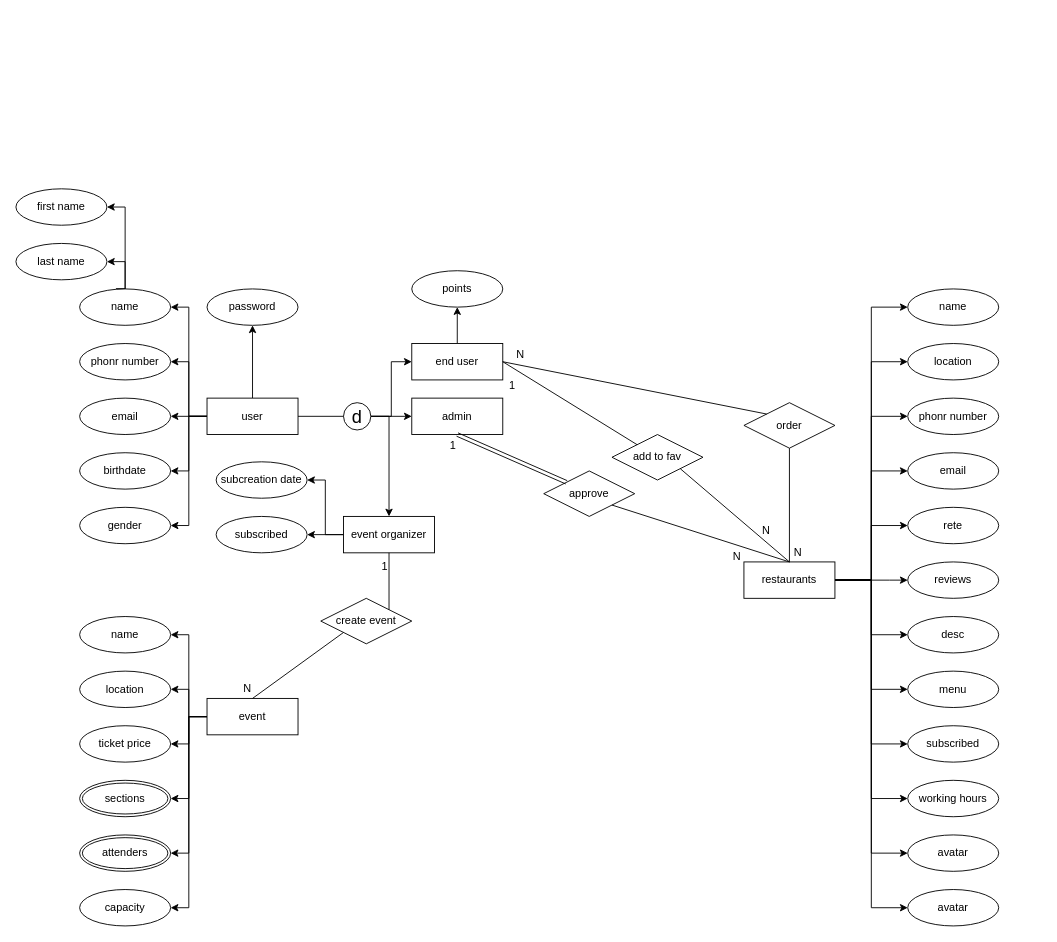
Above: page "EERD" (1 of 3) of docs/EcoSphere.drawio in marinaeleshaa/EcoSphere (draw.io), before the change. Source tidied: cells renumbered, new cells numbered last; positions are measured from the earlier drawing's top-left corner, leaving out a move shared by most shapes. Both pictures are drawn from the tidied source at 91%, with x=0, y=0 at pixel (15, 188).
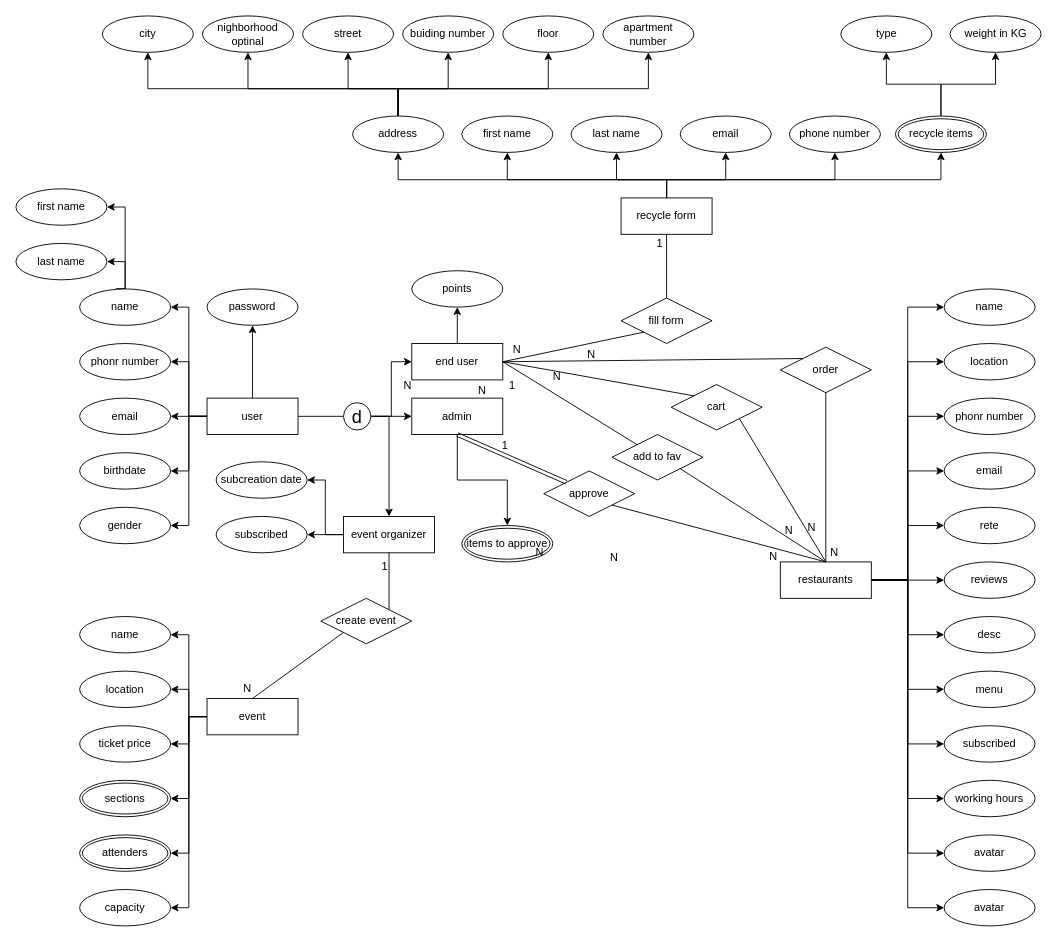
The same page after the edit.

Commit message (it also covers changes not shown here):
docs: add recycle form to out eerd and schema

Unchanged cells that the change refers to:
```xml
<mxCell id="44" value="end user" style="whiteSpace=wrap;html=1;align=center;" parent="1" vertex="1">
  <mxGeometry x="435" y="170" width="100" height="40" as="geometry" />
</mxCell>
<mxCell id="45" value="admin" style="whiteSpace=wrap;html=1;align=center;" parent="1" vertex="1">
  <mxGeometry x="435" y="230" width="100" height="40" as="geometry" />
</mxCell>
<mxCell id="77" style="shape=link;html=1;rounded=0;exitX=0;exitY=0;exitDx=0;exitDy=0;entryX=0.5;entryY=1;entryDx=0;entryDy=0;" parent="1" edge="1" source="72" target="45">
  <mxGeometry relative="1" as="geometry" />
</mxCell>
<mxCell id="82" style="endArrow=none;html=1;rounded=0;exitX=1;exitY=0.5;exitDx=0;exitDy=0;entryX=0;entryY=0;entryDx=0;entryDy=0;" parent="1" edge="1" source="44" target="79">
  <mxGeometry relative="1" as="geometry" />
</mxCell>
```

Diff of the diagram source:
```diff
@@
     <mxCell id="3" style="edgeStyle=orthogonalEdgeStyle;rounded=0;jettySize=auto;html=1;entryX=0;entryY=0.5;entryDx=0;entryDy=0;" parent="1" edge="1" source="15" target="16">
       <mxGeometry relative="1" as="geometry">
         <Array as="points">
-          <mxPoint x="940" y="430" />
-          <mxPoint x="940" y="130" />
+          <mxPoint x="980" y="430" />
+          <mxPoint x="980" y="130" />
+          <mxPoint x="1020" y="130" />
         </Array>
       </mxGeometry>
     </mxCell>
@@
     <mxCell id="5" style="edgeStyle=orthogonalEdgeStyle;rounded=0;jettySize=auto;html=1;entryX=0;entryY=0.5;entryDx=0;entryDy=0;" parent="1" edge="1" source="15" target="18">
       <mxGeometry relative="1" as="geometry">
         <Array as="points">
-          <mxPoint x="940" y="430" />
-          <mxPoint x="940" y="250" />
+          <mxPoint x="980" y="430" />
+          <mxPoint x="980" y="250" />
+          <mxPoint x="1020" y="250" />
         </Array>
       </mxGeometry>
     </mxCell>
     <mxCell id="6" style="edgeStyle=orthogonalEdgeStyle;rounded=0;jettySize=auto;html=1;entryX=0;entryY=0.5;entryDx=0;entryDy=0;" parent="1" edge="1" source="15" target="19">
       <mxGeometry relative="1" as="geometry">
         <Array as="points">
-          <mxPoint x="940" y="430" />
-          <mxPoint x="940" y="310" />
+          <mxPoint x="980" y="430" />
+          <mxPoint x="980" y="310" />
+          <mxPoint x="1020" y="310" />
         </Array>
       </mxGeometry>
     </mxCell>
     <mxCell id="7" style="edgeStyle=orthogonalEdgeStyle;rounded=0;jettySize=auto;html=1;entryX=0;entryY=0.5;entryDx=0;entryDy=0;exitX=1;exitY=0.5;exitDx=0;exitDy=0;" parent="1" edge="1" source="15" target="20">
       <mxGeometry relative="1" as="geometry">
         <Array as="points">
-          <mxPoint x="940" y="430" />
-          <mxPoint x="940" y="370" />
+          <mxPoint x="980" y="430" />
+          <mxPoint x="980" y="370" />
+          <mxPoint x="1020" y="370" />
         </Array>
       </mxGeometry>
     </mxCell>
@@
     <mxCell id="9" style="edgeStyle=orthogonalEdgeStyle;rounded=0;jettySize=auto;html=1;entryX=0;entryY=0.5;entryDx=0;entryDy=0;" parent="1" edge="1" source="15" target="22">
       <mxGeometry relative="1" as="geometry">
         <Array as="points">
-          <mxPoint x="940" y="430" />
-          <mxPoint x="940" y="490" />
+          <mxPoint x="980" y="430" />
+          <mxPoint x="980" y="490" />
+          <mxPoint x="1020" y="490" />
         </Array>
       </mxGeometry>
     </mxCell>
@@
     <mxCell id="15" value="restaurants" style="whiteSpace=wrap;html=1;align=center;" parent="1" vertex="1">
-      <mxGeometry x="800" y="410" width="100" height="40" as="geometry" />
+      <mxGeometry x="840" y="410" width="100" height="40" as="geometry" />
     </mxCell>
     <mxCell id="16" value="name" style="ellipse;whiteSpace=wrap;html=1;align=center;" parent="1" vertex="1">
-      <mxGeometry x="980" y="110" width="100" height="40" as="geometry" />
+      <mxGeometry x="1020" y="110" width="100" height="40" as="geometry" />
     </mxCell>
     <mxCell id="17" value="location" style="ellipse;whiteSpace=wrap;html=1;align=center;" parent="1" vertex="1">
-      <mxGeometry x="980" y="170" width="100" height="40" as="geometry" />
+      <mxGeometry x="1020" y="170" width="100" height="40" as="geometry" />
     </mxCell>
     <mxCell id="18" value="phonr number" style="ellipse;whiteSpace=wrap;html=1;align=center;" parent="1" vertex="1">
-      <mxGeometry x="980" y="230" width="100" height="40" as="geometry" />
+      <mxGeometry x="1020" y="230" width="100" height="40" as="geometry" />
     </mxCell>
     <mxCell id="19" value="email" style="ellipse;whiteSpace=wrap;html=1;align=center;" parent="1" vertex="1">
-      <mxGeometry x="980" y="290" width="100" height="40" as="geometry" />
+      <mxGeometry x="1020" y="290" width="100" height="40" as="geometry" />
     </mxCell>
     <mxCell id="20" value="rete" style="ellipse;whiteSpace=wrap;html=1;align=center;" parent="1" vertex="1">
-      <mxGeometry x="980" y="350" width="100" height="40" as="geometry" />
+      <mxGeometry x="1020" y="350" width="100" height="40" as="geometry" />
     </mxCell>
     <mxCell id="21" value="reviews" style="ellipse;whiteSpace=wrap;html=1;align=center;" parent="1" vertex="1">
-      <mxGeometry x="980" y="410" width="100" height="40" as="geometry" />
+      <mxGeometry x="1020" y="410" width="100" height="40" as="geometry" />
     </mxCell>
     <mxCell id="22" value="desc" style="ellipse;whiteSpace=wrap;html=1;align=center;" parent="1" vertex="1">
-      <mxGeometry x="980" y="470" width="100" height="40" as="geometry" />
+      <mxGeometry x="1020" y="470" width="100" height="40" as="geometry" />
     </mxCell>
     <mxCell id="23" value="menu" style="ellipse;whiteSpace=wrap;html=1;align=center;" parent="1" vertex="1">
-      <mxGeometry x="980" y="530" width="100" height="40" as="geometry" />
+      <mxGeometry x="1020" y="530" width="100" height="40" as="geometry" />
     </mxCell>
     <mxCell id="24" value="&lt;span class=&quot;RES9jf JMhlc&quot;&gt;subscribed&lt;/span&gt;" style="ellipse;whiteSpace=wrap;html=1;align=center;" parent="1" vertex="1">
-      <mxGeometry x="980" y="590" width="100" height="40" as="geometry" />
+      <mxGeometry x="1020" y="590" width="100" height="40" as="geometry" />
     </mxCell>
     <mxCell id="25" value="working hours" style="ellipse;whiteSpace=wrap;html=1;align=center;" parent="1" vertex="1">
-      <mxGeometry x="980" y="650" width="100" height="40" as="geometry" />
+      <mxGeometry x="1020" y="650" width="100" height="40" as="geometry" />
     </mxCell>
     <mxCell id="26" value="avatar" style="ellipse;whiteSpace=wrap;html=1;align=center;" parent="1" vertex="1">
-      <mxGeometry x="980" y="710" width="100" height="40" as="geometry" />
+      <mxGeometry x="1020" y="710" width="100" height="40" as="geometry" />
     </mxCell>
@@
+    <mxCell id="92" style="edgeStyle=orthogonalEdgeStyle;rounded=0;jettySize=auto;html=1;" parent="1" edge="1" source="45" target="127">
+      <mxGeometry relative="1" as="geometry" />
+    </mxCell>
@@
     <mxCell id="75" value="N" style="html=1;whiteSpace=wrap;align=right;verticalAlign=bottom;" parent="1" vertex="1">
-      <mxGeometry x="830" y="384" as="geometry" />
+      <mxGeometry x="855" y="384" as="geometry" />
     </mxCell>
     <mxCell id="76" value="N" style="html=1;whiteSpace=wrap;align=right;verticalAlign=bottom;" parent="1" vertex="1">
-      <mxGeometry x="794" y="404" as="geometry">
+      <mxGeometry x="834" y="404" as="geometry">
         <mxPoint x="4" y="8" as="offset" />
       </mxGeometry>
     </mxCell>
@@
     <mxCell id="78" value="1" style="html=1;whiteSpace=wrap;align=right;verticalAlign=bottom;" parent="77" vertex="1">
       <mxGeometry x="1" relative="1" as="geometry">
-        <mxPoint y="20" as="offset" />
+        <mxPoint x="57" y="20" as="offset" />
       </mxGeometry>
     </mxCell>
     <mxCell id="79" value="order" style="shape=rhombus;perimeter=rhombusPerimeter;whiteSpace=wrap;html=1;align=center;" parent="1" vertex="1">
-      <mxGeometry x="800" y="235" width="100" height="50" as="geometry" />
+      <mxGeometry x="840" y="174" width="100" height="50" as="geometry" />
     </mxCell>
@@
     <mxCell id="83" value="N" style="html=1;whiteSpace=wrap;align=right;verticalAlign=bottom;" parent="82" vertex="1">
       <mxGeometry x="1" relative="1" as="geometry">
-        <mxPoint x="-265" y="-58" as="offset" />
+        <mxPoint x="-227" y="3" as="offset" />
       </mxGeometry>
     </mxCell>
+    <mxCell id="93" value="N" style="html=1;whiteSpace=wrap;align=right;verticalAlign=bottom;" parent="82" vertex="1">
+      <mxGeometry x="1" relative="1" as="geometry">
+        <mxPoint x="-309" y="-2" as="offset" />
+      </mxGeometry>
+    </mxCell>
@@
     <mxCell id="91" value="avatar" style="ellipse;whiteSpace=wrap;html=1;align=center;" parent="1" vertex="1">
-      <mxGeometry x="980" y="770" width="100" height="40" as="geometry" />
+      <mxGeometry x="1020" y="770" width="100" height="40" as="geometry" />
     </mxCell>
+    <mxCell id="94" style="edgeStyle=orthogonalEdgeStyle;rounded=0;jettySize=auto;html=1;entryX=0.5;entryY=1;entryDx=0;entryDy=0;" parent="1" edge="1" source="100" target="120">
+      <mxGeometry relative="1" as="geometry">
+        <Array as="points">
+          <mxPoint x="715" y="-10" />
+          <mxPoint x="1017" y="-10" />
+        </Array>
+      </mxGeometry>
+    </mxCell>
+    <mxCell id="95" style="edgeStyle=orthogonalEdgeStyle;rounded=0;jettySize=auto;html=1;entryX=0.5;entryY=1;entryDx=0;entryDy=0;" parent="1" edge="1" source="100" target="104">
+      <mxGeometry relative="1" as="geometry">
+        <Array as="points">
+          <mxPoint x="715" y="-10" />
+          <mxPoint x="900" y="-10" />
+        </Array>
+      </mxGeometry>
+    </mxCell>
+    <mxCell id="96" style="edgeStyle=orthogonalEdgeStyle;rounded=0;jettySize=auto;html=1;entryX=0.5;entryY=1;entryDx=0;entryDy=0;" parent="1" edge="1" source="100" target="103">
+      <mxGeometry relative="1" as="geometry">
+        <Array as="points">
+          <mxPoint x="715" y="-10" />
+          <mxPoint x="780" y="-10" />
+        </Array>
+      </mxGeometry>
+    </mxCell>
+    <mxCell id="97" style="edgeStyle=orthogonalEdgeStyle;rounded=0;jettySize=auto;html=1;entryX=0.5;entryY=1;entryDx=0;entryDy=0;" parent="1" edge="1" source="100" target="102">
+      <mxGeometry relative="1" as="geometry">
+        <Array as="points">
+          <mxPoint x="715" y="-10" />
+          <mxPoint x="660" y="-10" />
+        </Array>
+      </mxGeometry>
+    </mxCell>
+    <mxCell id="98" style="edgeStyle=orthogonalEdgeStyle;rounded=0;jettySize=auto;html=1;entryX=0.5;entryY=1;entryDx=0;entryDy=0;" parent="1" edge="1" source="100" target="101">
+      <mxGeometry relative="1" as="geometry">
+        <Array as="points">
+          <mxPoint x="715" y="-10" />
+          <mxPoint x="540" y="-10" />
+        </Array>
+      </mxGeometry>
+    </mxCell>
+    <mxCell id="99" style="edgeStyle=orthogonalEdgeStyle;rounded=0;jettySize=auto;html=1;entryX=0.5;entryY=1;entryDx=0;entryDy=0;" parent="1" edge="1" source="100" target="111">
+      <mxGeometry relative="1" as="geometry">
+        <Array as="points">
+          <mxPoint x="715" y="-10" />
+          <mxPoint x="420" y="-10" />
+        </Array>
+      </mxGeometry>
+    </mxCell>
+    <mxCell id="100" value="recycle form" style="whiteSpace=wrap;html=1;align=center;" parent="1" vertex="1">
+      <mxGeometry x="665" y="10" width="100" height="40" as="geometry" />
+    </mxCell>
+    <mxCell id="101" value="first name" style="ellipse;whiteSpace=wrap;html=1;align=center;" parent="1" vertex="1">
+      <mxGeometry x="490" y="-80" width="100" height="40" as="geometry" />
+    </mxCell>
+    <mxCell id="102" value="last name" style="ellipse;whiteSpace=wrap;html=1;align=center;" parent="1" vertex="1">
+      <mxGeometry x="610" y="-80" width="100" height="40" as="geometry" />
+    </mxCell>
+    <mxCell id="103" value="email" style="ellipse;whiteSpace=wrap;html=1;align=center;" parent="1" vertex="1">
+      <mxGeometry x="730" y="-80" width="100" height="40" as="geometry" />
+    </mxCell>
+    <mxCell id="104" value="phone number" style="ellipse;whiteSpace=wrap;html=1;align=center;" parent="1" vertex="1">
+      <mxGeometry x="850" y="-80" width="100" height="40" as="geometry" />
+    </mxCell>
+    <mxCell id="105" style="edgeStyle=orthogonalEdgeStyle;rounded=0;jettySize=auto;html=1;entryX=0.5;entryY=1;entryDx=0;entryDy=0;" parent="1" edge="1" source="111" target="117">
+      <mxGeometry relative="1" as="geometry">
+        <Array as="points">
+          <mxPoint x="420" y="-110" />
+          <mxPoint x="695" y="-110" />
+        </Array>
+      </mxGeometry>
+    </mxCell>
+    <mxCell id="106" style="edgeStyle=orthogonalEdgeStyle;rounded=0;jettySize=auto;html=1;entryX=0.5;entryY=1;entryDx=0;entryDy=0;" parent="1" edge="1" source="111" target="116">
+      <mxGeometry relative="1" as="geometry">
+        <Array as="points">
+          <mxPoint x="420" y="-110" />
+          <mxPoint x="585" y="-110" />
+        </Array>
+      </mxGeometry>
+    </mxCell>
+    <mxCell id="107" style="edgeStyle=orthogonalEdgeStyle;rounded=0;jettySize=auto;html=1;entryX=0.5;entryY=1;entryDx=0;entryDy=0;" parent="1" edge="1" source="111" target="115">
+      <mxGeometry relative="1" as="geometry">
+        <Array as="points">
+          <mxPoint x="420" y="-110" />
+          <mxPoint x="475" y="-110" />
+        </Array>
+      </mxGeometry>
+    </mxCell>
+    <mxCell id="108" style="edgeStyle=orthogonalEdgeStyle;rounded=0;jettySize=auto;html=1;entryX=0.5;entryY=1;entryDx=0;entryDy=0;" parent="1" edge="1" source="111" target="114">
+      <mxGeometry relative="1" as="geometry">
+        <Array as="points">
+          <mxPoint x="420" y="-110" />
+          <mxPoint x="365" y="-110" />
+        </Array>
+      </mxGeometry>
+    </mxCell>
+    <mxCell id="109" style="edgeStyle=orthogonalEdgeStyle;rounded=0;jettySize=auto;html=1;entryX=0.5;entryY=1;entryDx=0;entryDy=0;" parent="1" edge="1" source="111" target="113">
+      <mxGeometry relative="1" as="geometry">
+        <Array as="points">
+          <mxPoint x="420" y="-110" />
+          <mxPoint x="255" y="-110" />
+        </Array>
+      </mxGeometry>
+    </mxCell>
+    <mxCell id="110" style="edgeStyle=orthogonalEdgeStyle;rounded=0;jettySize=auto;html=1;" parent="1" edge="1" source="111" target="112">
+      <mxGeometry relative="1" as="geometry">
+        <Array as="points">
+          <mxPoint x="420" y="-110" />
+          <mxPoint x="145" y="-110" />
+        </Array>
+      </mxGeometry>
+    </mxCell>
+    <mxCell id="111" value="address" style="ellipse;whiteSpace=wrap;html=1;align=center;" parent="1" vertex="1">
+      <mxGeometry x="370" y="-80" width="100" height="40" as="geometry" />
+    </mxCell>
+    <mxCell id="112" value="city" style="ellipse;whiteSpace=wrap;html=1;align=center;" parent="1" vertex="1">
+      <mxGeometry x="95" y="-190" width="100" height="40" as="geometry" />
+    </mxCell>
+    <mxCell id="113" value="nighborhood optinal" style="ellipse;whiteSpace=wrap;html=1;align=center;" parent="1" vertex="1">
+      <mxGeometry x="205" y="-190" width="100" height="40" as="geometry" />
+    </mxCell>
+    <mxCell id="114" value="street" style="ellipse;whiteSpace=wrap;html=1;align=center;" parent="1" vertex="1">
+      <mxGeometry x="315" y="-190" width="100" height="40" as="geometry" />
+    </mxCell>
+    <mxCell id="115" value="buiding number" style="ellipse;whiteSpace=wrap;html=1;align=center;" parent="1" vertex="1">
+      <mxGeometry x="425" y="-190" width="100" height="40" as="geometry" />
+    </mxCell>
+    <mxCell id="116" value="floor" style="ellipse;whiteSpace=wrap;html=1;align=center;" parent="1" vertex="1">
+      <mxGeometry x="535" y="-190" width="100" height="40" as="geometry" />
+    </mxCell>
+    <mxCell id="117" value="apartment number" style="ellipse;whiteSpace=wrap;html=1;align=center;" parent="1" vertex="1">
+      <mxGeometry x="645" y="-190" width="100" height="40" as="geometry" />
+    </mxCell>
+    <mxCell id="118" style="edgeStyle=orthogonalEdgeStyle;rounded=0;jettySize=auto;html=1;" parent="1" edge="1" source="120" target="121">
+      <mxGeometry relative="1" as="geometry" />
+    </mxCell>
+    <mxCell id="119" style="edgeStyle=orthogonalEdgeStyle;rounded=0;jettySize=auto;html=1;" parent="1" edge="1" source="120" target="122">
+      <mxGeometry relative="1" as="geometry" />
+    </mxCell>
+    <mxCell id="120" value="recycle items" style="ellipse;shape=doubleEllipse;margin=3;whiteSpace=wrap;html=1;align=center;" parent="1" vertex="1">
+      <mxGeometry x="966.5" y="-80" width="100" height="40" as="geometry" />
+    </mxCell>
+    <mxCell id="121" value="type" style="ellipse;whiteSpace=wrap;html=1;align=center;" parent="1" vertex="1">
+      <mxGeometry x="906.5" y="-190" width="100" height="40" as="geometry" />
+    </mxCell>
+    <mxCell id="122" value="weight in KG" style="ellipse;whiteSpace=wrap;html=1;align=center;" parent="1" vertex="1">
+      <mxGeometry x="1026.5" y="-190" width="100" height="40" as="geometry" />
+    </mxCell>
+    <mxCell id="123" value="fill form" style="shape=rhombus;perimeter=rhombusPerimeter;whiteSpace=wrap;html=1;align=center;" parent="1" vertex="1">
+      <mxGeometry x="665" y="120" width="100" height="50" as="geometry" />
+    </mxCell>
+    <mxCell id="124" style="endArrow=none;html=1;rounded=0;exitX=1;exitY=0.5;exitDx=0;exitDy=0;entryX=0;entryY=1;entryDx=0;entryDy=0;" parent="1" edge="1" source="44" target="123">
+      <mxGeometry relative="1" as="geometry" />
+    </mxCell>
+    <mxCell id="125" style="endArrow=none;html=1;rounded=0;exitX=0.5;exitY=0;exitDx=0;exitDy=0;entryX=0.5;entryY=1;entryDx=0;entryDy=0;" parent="1" edge="1" source="123" target="100">
+      <mxGeometry relative="1" as="geometry" />
+    </mxCell>
+    <mxCell id="126" value="1" style="html=1;whiteSpace=wrap;align=right;verticalAlign=bottom;" parent="1" vertex="1">
+      <mxGeometry x="560" y="234" as="geometry">
+        <mxPoint x="152" y="-166" as="offset" />
+      </mxGeometry>
+    </mxCell>
+    <mxCell id="127" value="items to approve" style="ellipse;shape=doubleEllipse;margin=3;whiteSpace=wrap;html=1;align=center;" parent="1" vertex="1">
+      <mxGeometry x="490" y="370" width="100" height="40" as="geometry" />
+    </mxCell>
+    <mxCell id="128" value="cart" style="shape=rhombus;perimeter=rhombusPerimeter;whiteSpace=wrap;html=1;align=center;" parent="1" vertex="1">
+      <mxGeometry x="720" y="215" width="100" height="50" as="geometry" />
+    </mxCell>
+    <mxCell id="129" style="endArrow=none;html=1;rounded=0;exitX=1;exitY=0.5;exitDx=0;exitDy=0;entryX=0;entryY=0;entryDx=0;entryDy=0;" parent="1" edge="1" source="44" target="128">
+      <mxGeometry relative="1" as="geometry" />
+    </mxCell>
+    <mxCell id="130" value="N" style="html=1;whiteSpace=wrap;align=right;verticalAlign=bottom;" parent="129" vertex="1">
+      <mxGeometry x="1" relative="1" as="geometry">
+        <mxPoint x="-227" y="3" as="offset" />
+      </mxGeometry>
+    </mxCell>
+    <mxCell id="131" value="N" style="html=1;whiteSpace=wrap;align=right;verticalAlign=bottom;" parent="129" vertex="1">
+      <mxGeometry x="1" relative="1" as="geometry">
+        <mxPoint x="-309" y="-2" as="offset" />
+      </mxGeometry>
+    </mxCell>
+    <mxCell id="132" style="endArrow=none;html=1;rounded=0;exitX=1;exitY=1;exitDx=0;exitDy=0;entryX=0.5;entryY=0;entryDx=0;entryDy=0;" parent="1" edge="1" source="128" target="15">
+      <mxGeometry relative="1" as="geometry" />
+    </mxCell>
+    <mxCell id="133" value="N" style="html=1;whiteSpace=wrap;align=right;verticalAlign=bottom;" parent="132" vertex="1">
+      <mxGeometry x="1" relative="1" as="geometry">
+        <mxPoint x="-227" y="3" as="offset" />
+      </mxGeometry>
+    </mxCell>
+    <mxCell id="134" value="N" style="html=1;whiteSpace=wrap;align=right;verticalAlign=bottom;" parent="132" vertex="1">
+      <mxGeometry x="1" relative="1" as="geometry">
+        <mxPoint x="-309" y="-2" as="offset" />
+      </mxGeometry>
+    </mxCell>
+    <mxCell id="135" value="N" style="html=1;whiteSpace=wrap;align=right;verticalAlign=bottom;" parent="1" vertex="1">
+      <mxGeometry x="880" y="380" as="geometry" />
+    </mxCell>
+    <mxCell id="136" value="N" style="html=1;whiteSpace=wrap;align=right;verticalAlign=bottom;" parent="1" vertex="1">
+      <mxGeometry x="600" y="215" as="geometry" />
+    </mxCell>
```
